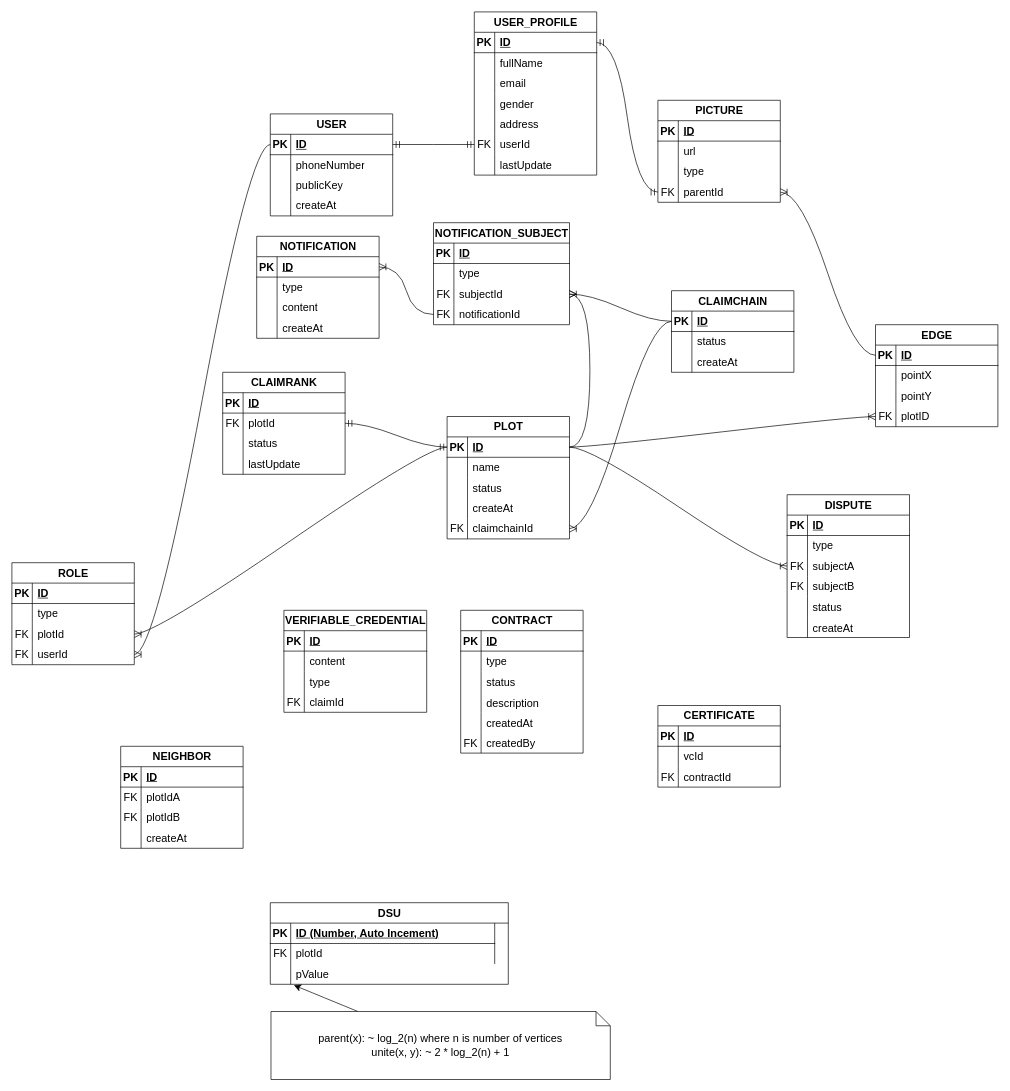
The draw.io diagram Untitled Diagram.drawio in qukhangfx/Commonlands-DrawIO, before the edit. Source tidied: cells renumbered, new cells numbered last; positions are measured from the earlier drawing's top-left corner, leaving out a move shared by most shapes. Both pictures are drawn from the tidied source at 68%, with x=0, y=0 at pixel (12, 12).
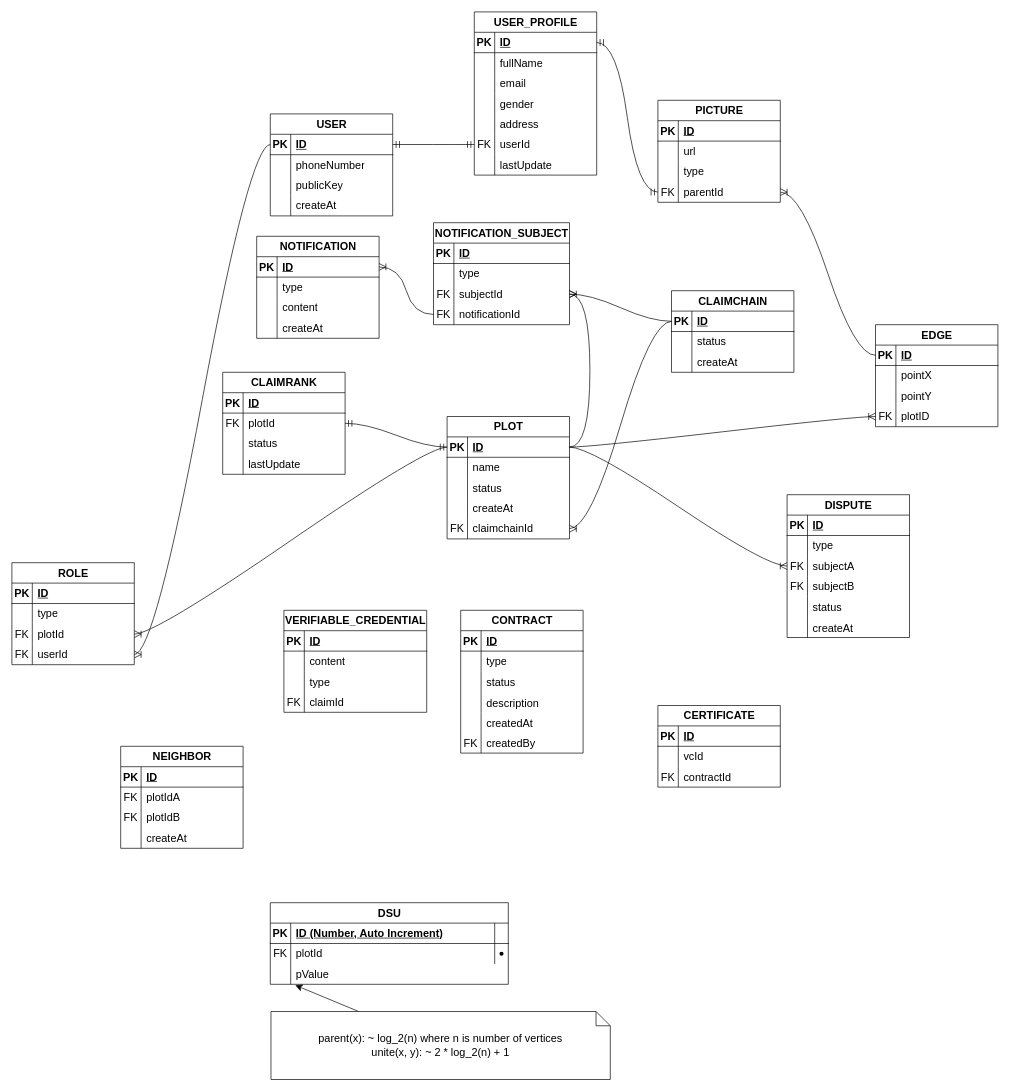
The same diagram, later.

Unchanged cells that the change refers to:
```xml
<mxCell id="228" value="DSU" style="shape=table;startSize=30;childLayout=tableLayout;rowLines=0;fontStyle=1;align=center;html=1;fontSize=16;" parent="1" vertex="1">
  <mxGeometry x="380" y="1310" width="350" height="120" as="geometry" />
</mxCell>
```

What changed in the source:
```diff
@@
     <mxCell id="229" style="shape=tableRow;horizontal=0;startSize=0;swimlaneHead=0;swimlaneBody=0;fillColor=none;top=0;left=0;right=0;bottom=1;fontSize=16;" parent="228" vertex="1">
-      <mxGeometry y="30" width="330" height="30" as="geometry" />
+      <mxGeometry y="30" width="350" height="30" as="geometry" />
     </mxCell>
@@
-    <mxCell id="231" value="ID (Number, Auto Incement)" style="shape=partialRectangle;fillColor=none;top=0;left=0;bottom=0;right=0;align=left;spacingLeft=6;fontStyle=5;overflow=hidden;whiteSpace=wrap;html=1;fontSize=16;" parent="229" vertex="1">
-      <mxGeometry x="30" width="300" height="30" as="geometry" />
+    <mxCell id="231" value="ID (Number, Auto Increment)" style="shape=partialRectangle;fillColor=none;top=0;left=0;bottom=0;right=0;align=left;spacingLeft=6;fontStyle=5;overflow=hidden;whiteSpace=wrap;html=1;fontSize=16;" parent="229" vertex="1">
+      <mxGeometry x="30" width="320" height="30" as="geometry" />
     </mxCell>
     <mxCell id="232" style="shape=tableRow;horizontal=0;startSize=0;swimlaneHead=0;swimlaneBody=0;fillColor=none;top=0;left=0;right=0;bottom=0;fontSize=16;" parent="228" vertex="1">
-      <mxGeometry y="60" width="330" height="30" as="geometry" />
+      <mxGeometry y="60" width="350" height="30" as="geometry" />
     </mxCell>
@@
     <mxCell id="235" style="shape=waypoint;sketch=0;size=6;fillColor=default;perimeter=centerPerimeter;fontSize=16;" parent="232" vertex="1">
-      <mxGeometry x="330" height="30" as="geometry" />
+      <mxGeometry x="330" width="20" height="30" as="geometry" />
     </mxCell>
     <mxCell id="236" style="shape=tableRow;horizontal=0;startSize=0;swimlaneHead=0;swimlaneBody=0;fillColor=none;points=[[0,0.5],[1,0.5]];portConstraint=eastwest;top=0;left=0;right=0;bottom=0;fontSize=16;" parent="228" vertex="1">
-      <mxGeometry y="90" width="330" height="30" as="geometry" />
+      <mxGeometry y="90" width="350" height="30" as="geometry" />
     </mxCell>
@@
     <mxCell id="238" value="pValue" style="shape=partialRectangle;fillColor=none;top=0;left=0;bottom=0;right=0;align=left;spacingLeft=6;overflow=hidden;whiteSpace=wrap;html=1;fontSize=16;" parent="236" vertex="1">
-      <mxGeometry x="30" width="300" height="30" as="geometry" />
+      <mxGeometry x="30" width="320" height="30" as="geometry" />
     </mxCell>
```
